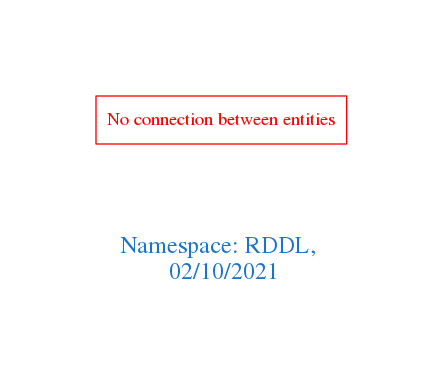
The Graphviz diagram downloads/RDDL.png in arago/OGIT, before a commit. Its source is kept beside it as downloads/RDDL.dot.
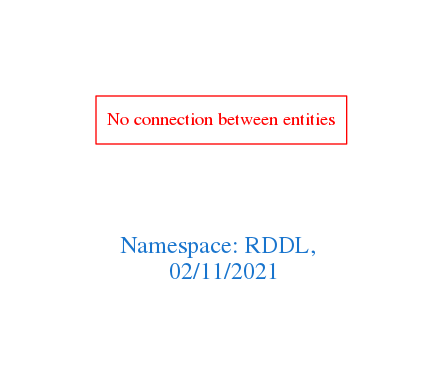
Above is the later version.

The edit, as a diff of the source:
```diff
@@ -1,7 +1,7 @@
 digraph OGIT_ontology {
  graph [ rankdir= LR,pad=1
 fontsize = 18,
-fontcolor= dodgerblue3,label = "\n\n\nNamespace: RDDL, \n 02/10/2021"];
+fontcolor= dodgerblue3,label = "\n\n\nNamespace: RDDL, \n 02/11/2021"];
 node[shape=polygon];
 edge [  color="gray81"];
 
```
